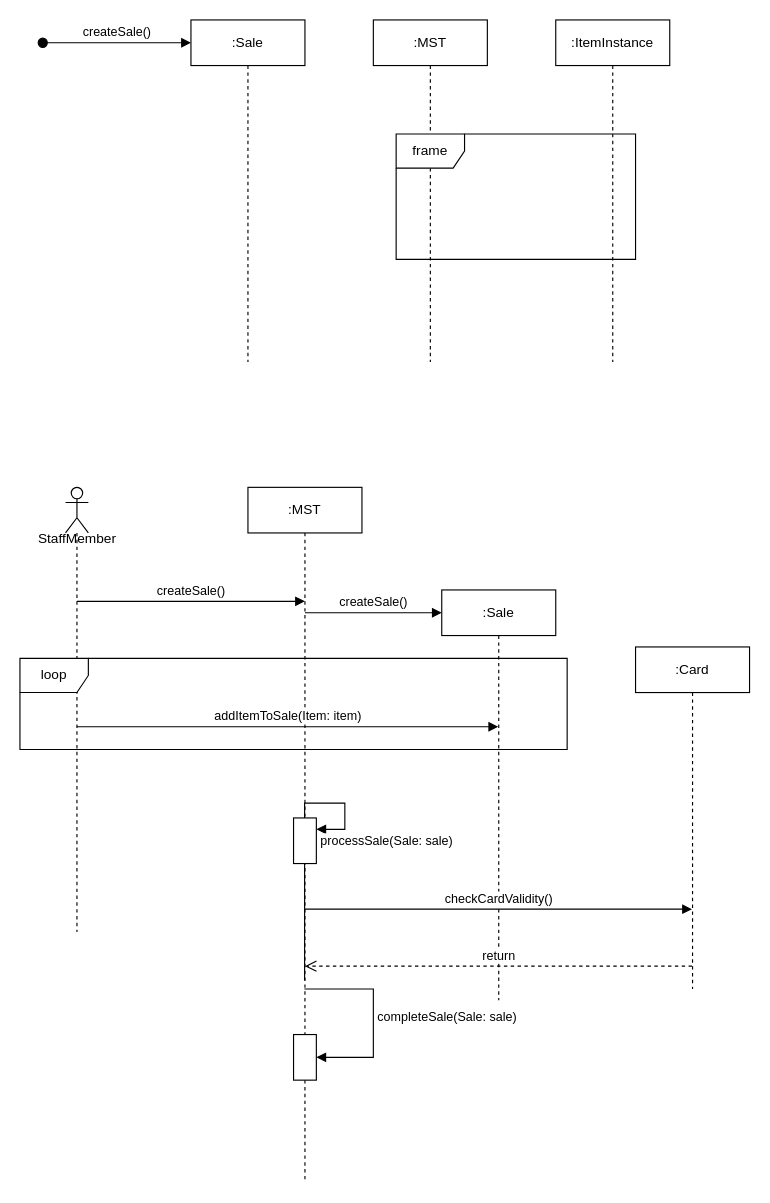
This is page "Page-3" (3 of 3) of workshop5-week6.drawio from antonykimuom/SWEN30006-2025-SM1-workshop1-tuew05-14-00-team-12, a draw.io file, before an edit. Source tidied: cells renumbered, new cells numbered last; positions are measured from the earlier drawing's top-left corner, leaving out a move shared by most shapes. Both pictures are drawn from the tidied source at 114%, with x=0, y=0 at pixel (19, 19).
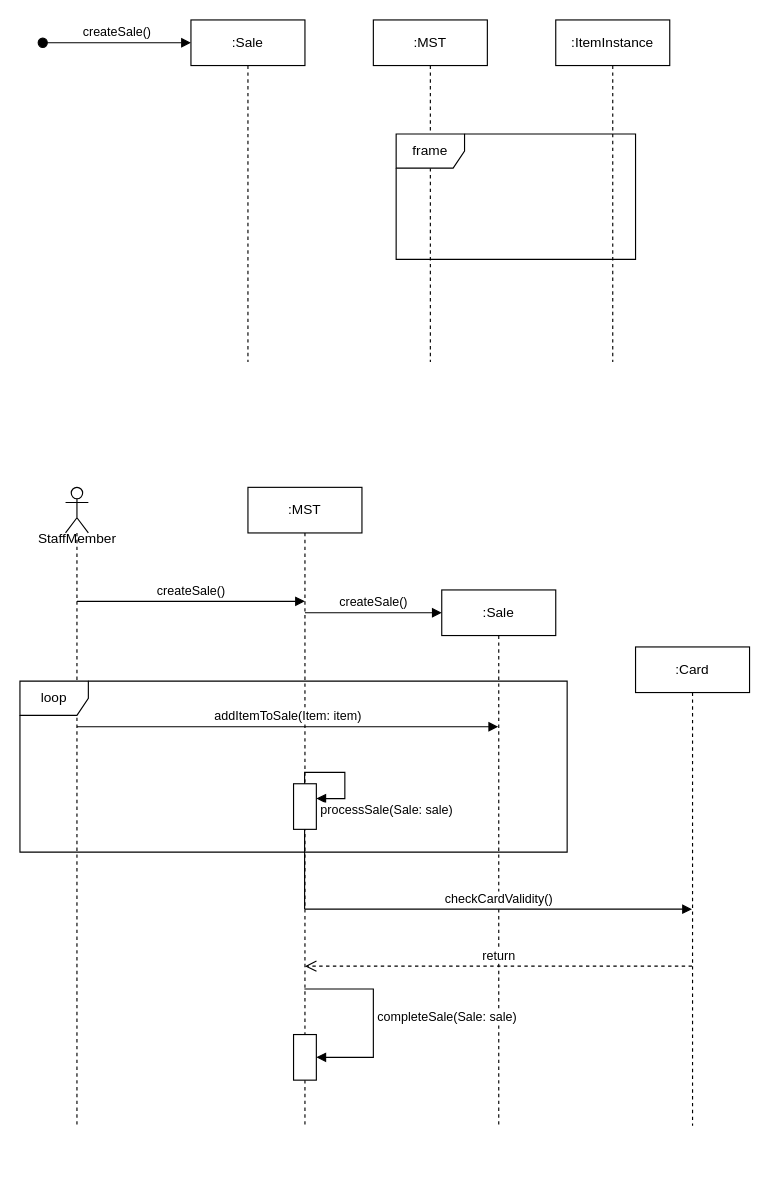
After the change.

Commit message:
adjusted diagram

Diff of the diagram source:
```diff
@@
     <mxCell id="7" style="shape=umlLifeline;perimeter=lifelinePerimeter;whiteSpace=wrap;html=1;newEdgeStyle={&quot;curved&quot;:0,&quot;rounded&quot;:0};participant=umlActor;" parent="1" vertex="1">
-      <mxGeometry x="40" y="410" width="20" height="390" as="geometry" />
+      <mxGeometry x="40" y="410" width="20" height="560" as="geometry" />
     </mxCell>
@@
     <mxCell id="10" value=":MST" style="shape=umlLifeline;perimeter=lifelinePerimeter;whiteSpace=wrap;html=1;outlineConnect=0;portConstraint=eastwest;newEdgeStyle={&quot;curved&quot;:0,&quot;rounded&quot;:0};" parent="1" vertex="1">
-      <mxGeometry x="200" y="410" width="100" height="610" as="geometry" />
+      <mxGeometry x="200" y="410" width="100" height="560" as="geometry" />
     </mxCell>
-    <mxCell id="11" value="processSale(Sale: sale)" style="html=1;align=left;spacingLeft=2;endArrow=block;rounded=0;edgeStyle=orthogonalEdgeStyle;curved=0;rounded=0;exitX=0.497;exitY=0.709;exitDx=0;exitDy=0;exitPerimeter=0;" parent="10" edge="1" source="10" target="12">
+    <mxCell id="11" value="processSale(Sale: sale)" style="html=1;align=left;spacingLeft=2;endArrow=block;rounded=0;edgeStyle=orthogonalEdgeStyle;curved=0;rounded=0;exitX=0.497;exitY=0.709;exitDx=0;exitDy=0;exitPerimeter=0;" parent="10" edge="1">
       <mxGeometry x="1" y="10" relative="1" as="geometry">
+        <mxPoint x="49.7" y="370" as="sourcePoint" />
+        <mxPoint x="60" y="273" as="targetPoint" />
         <Array as="points">
-          <mxPoint x="85" y="277" />
-          <mxPoint x="85" y="300" />
+          <mxPoint x="85" y="250" />
+          <mxPoint x="85" y="273" />
         </Array>
       </mxGeometry>
     </mxCell>
     <mxCell id="12" style="html=1;points=[[0,0,0,0,5],[0,1,0,0,-5],[1,0,0,0,5],[1,1,0,0,-5]];perimeter=orthogonalPerimeter;outlineConnect=0;targetShapes=umlLifeline;portConstraint=eastwest;newEdgeStyle={&quot;curved&quot;:0,&quot;rounded&quot;:0};" parent="10" vertex="1">
-      <mxGeometry x="40" y="290" width="20" height="40" as="geometry" />
+      <mxGeometry x="40" y="260" width="20" height="40" as="geometry" />
     </mxCell>
     <mxCell id="13" value=":Sale" style="shape=umlLifeline;perimeter=lifelinePerimeter;whiteSpace=wrap;html=1;outlineConnect=0;portConstraint=eastwest;newEdgeStyle={&quot;curved&quot;:0,&quot;rounded&quot;:0};" parent="1" vertex="1">
-      <mxGeometry x="370" y="500" width="100" height="360" as="geometry" />
+      <mxGeometry x="370" y="500" width="100" height="470" as="geometry" />
     </mxCell>
@@
     <mxCell id="16" value="loop" style="shape=umlFrame;whiteSpace=wrap;html=1;" parent="1" vertex="1">
-      <mxGeometry y="560" width="480" height="80" as="geometry" />
+      <mxGeometry y="580" width="480" height="150" as="geometry" />
     </mxCell>
     <mxCell id="17" value=":Card" style="shape=umlLifeline;perimeter=lifelinePerimeter;whiteSpace=wrap;html=1;outlineConnect=0;portConstraint=eastwest;newEdgeStyle={&quot;curved&quot;:0,&quot;rounded&quot;:0};" parent="1" vertex="1">
-      <mxGeometry x="540" y="550" width="100" height="300" as="geometry" />
+      <mxGeometry x="540" y="550" width="100" height="420" as="geometry" />
     </mxCell>
```
